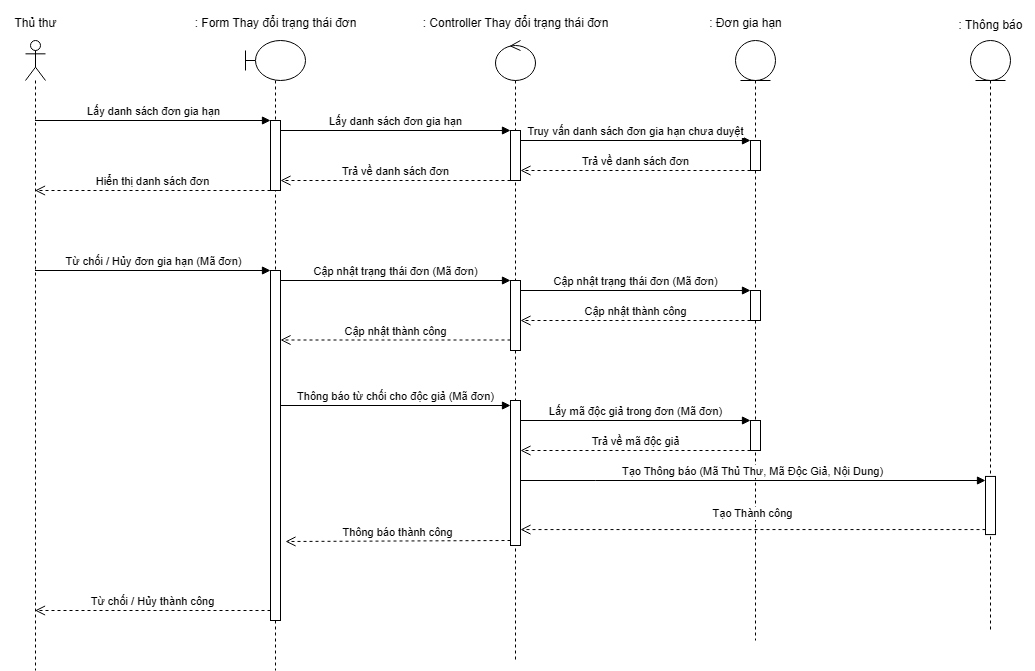
Above: Sequence Diagram/UC Gia hạn sách/Actor thủ thư - Từ chối, Hủy đơn gia hạn.drawio.png in kimcuongdev/LibrarySystemAD (draw.io), before the change. Source tidied: cells renumbered, new cells last; positions are measured from the earlier drawing's top-left corner, leaving out a move shared by most shapes.
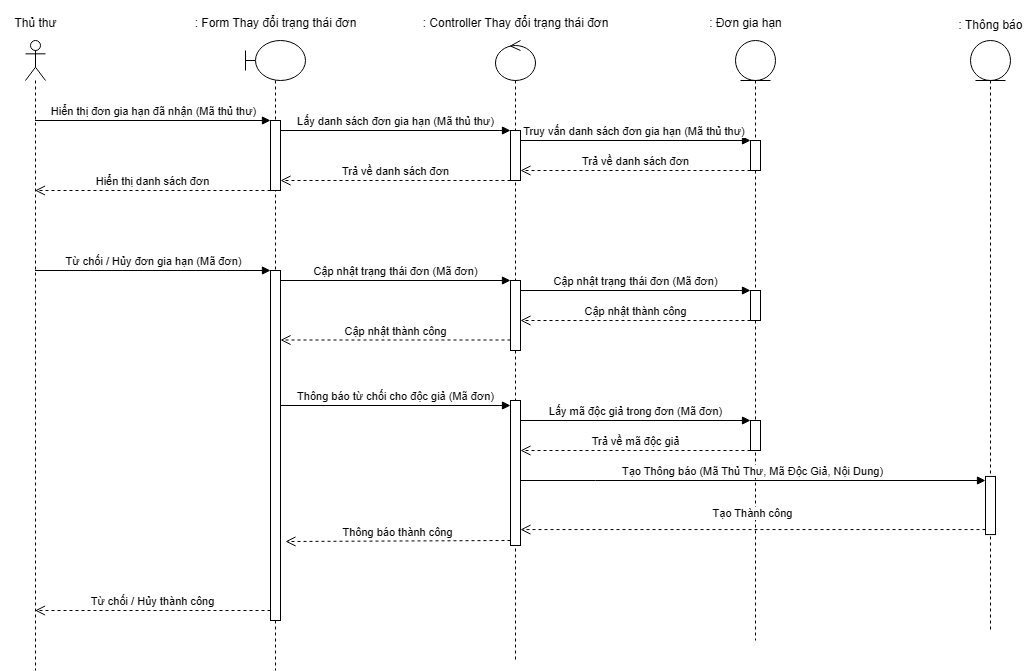
After the commit.

The edit, as a diff of the source:
```diff
@@ -50,7 +50,7 @@
         <mxPoint x="-215" y="410" as="targetPoint" />
       </mxGeometry>
     </mxCell>
-    <mxCell id="16" value="Lấy danh sách đơn gia hạn" style="html=1;verticalAlign=bottom;endArrow=block;curved=0;rounded=0;entryX=0;entryY=0;entryDx=0;entryDy=5;" parent="1" edge="1">
+    <mxCell id="16" value="Hiển thị đơn gia hạn đã nhận (Mã thủ thư)" style="html=1;verticalAlign=bottom;endArrow=block;curved=0;rounded=0;entryX=0;entryY=0;entryDx=0;entryDy=5;" parent="1" edge="1">
       <mxGeometry relative="1" as="geometry">
         <mxPoint x="34.5" y="120" as="sourcePoint" />
         <mxPoint x="270" y="120" as="targetPoint" />
@@ -62,7 +62,7 @@
         <mxPoint x="34.5" y="190" as="targetPoint" />
       </mxGeometry>
     </mxCell>
-    <mxCell id="18" value="Lấy danh sách đơn gia hạn" style="html=1;verticalAlign=bottom;endArrow=block;curved=0;rounded=0;entryX=0;entryY=0;entryDx=0;entryDy=5;" parent="1" edge="1">
+    <mxCell id="18" value="Lấy danh sách đơn gia hạn (Mã thủ thư)" style="html=1;verticalAlign=bottom;endArrow=block;curved=0;rounded=0;entryX=0;entryY=0;entryDx=0;entryDy=5;" parent="1" edge="1">
       <mxGeometry relative="1" as="geometry">
         <mxPoint x="280" y="130" as="sourcePoint" />
         <mxPoint x="510" y="130" as="targetPoint" />
@@ -74,7 +74,7 @@
         <mxPoint x="280" y="180" as="targetPoint" />
       </mxGeometry>
     </mxCell>
-    <mxCell id="20" value="Truy vấn danh sách đơn gia hạn chưa duyệt" style="html=1;verticalAlign=bottom;endArrow=block;curved=0;rounded=0;entryX=0;entryY=0;entryDx=0;entryDy=5;" parent="1" edge="1">
+    <mxCell id="20" value="Truy vấn danh sách đơn gia hạn (Mã thủ thư)&amp;nbsp;" style="html=1;verticalAlign=bottom;endArrow=block;curved=0;rounded=0;entryX=0;entryY=0;entryDx=0;entryDy=5;" parent="1" edge="1">
       <mxGeometry relative="1" as="geometry">
         <mxPoint x="520" y="140" as="sourcePoint" />
         <mxPoint x="750" y="140" as="targetPoint" />
```
